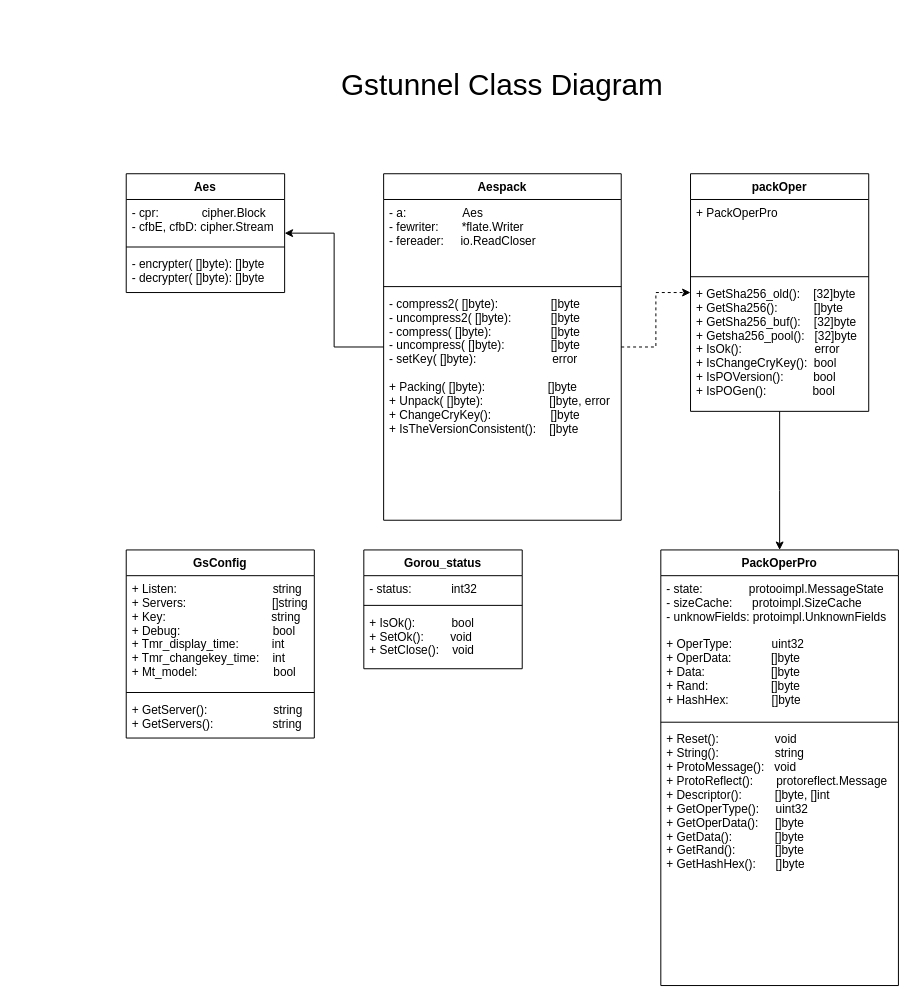
The draw.io diagram page "Page-1" (1 of 4) of img/类图.drawio in ypcd/gstunnel, before the edit. Source tidied: cells renumbered, new cells numbered last; positions are measured from the earlier drawing's top-left corner, leaving out a move shared by most shapes. Both pictures are drawn from the tidied source at 99%, with x=0, y=0 at pixel (126, 74).
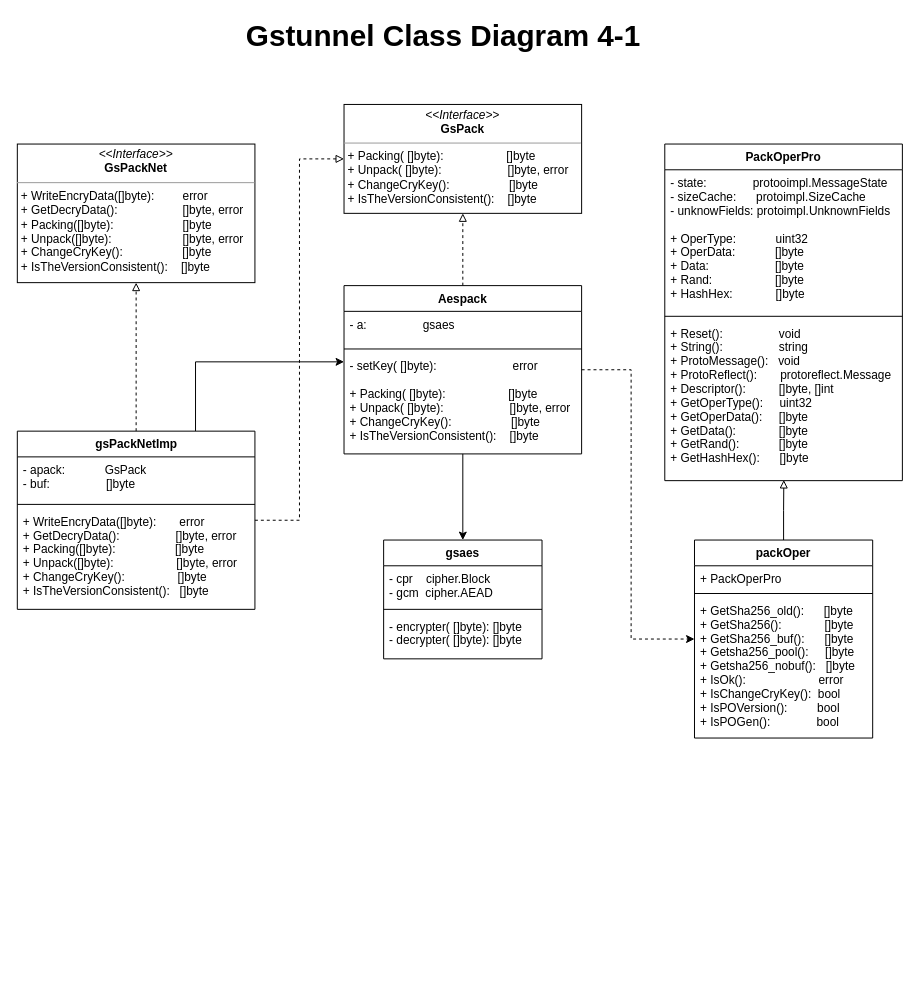
The same diagram, later.

What changed in the source:
```diff
@@
-    <mxCell id="2" style="edgeStyle=orthogonalEdgeStyle;rounded=0;jettySize=auto;html=1;entryX=1;entryY=0.5;entryDx=0;entryDy=0;" parent="1" edge="1" source="4" target="8">
+    <mxCell id="2" style="edgeStyle=orthogonalEdgeStyle;rounded=0;jettySize=auto;html=1;entryX=0.5;entryY=0;entryDx=0;entryDy=0;" parent="1" edge="1" source="4" target="8">
       <mxGeometry relative="1" as="geometry" />
     </mxCell>
     <mxCell id="3" style="edgeStyle=orthogonalEdgeStyle;rounded=0;jettySize=auto;html=1;entryX=0;entryY=0.5;entryDx=0;entryDy=0;dashed=1;" parent="1" edge="1" source="4" target="13">
-      <mxGeometry relative="1" as="geometry" />
+      <mxGeometry relative="1" as="geometry">
+        <Array as="points">
+          <mxPoint x="510" y="298" />
+          <mxPoint x="510" y="570" />
+        </Array>
+      </mxGeometry>
     </mxCell>
+    <mxCell id="30" style="edgeStyle=orthogonalEdgeStyle;rounded=0;jettySize=auto;html=1;entryX=0.5;entryY=1;entryDx=0;entryDy=0;endArrow=block;endFill=0;dashed=1;" parent="1" edge="1" source="4" target="32">
+      <mxGeometry relative="1" as="geometry" />
+    </mxCell>
     <mxCell id="4" value="Aespack" style="swimlane;fontStyle=1;align=center;verticalAlign=top;horizontal=1;startSize=26;" parent="1" vertex="1">
-      <mxGeometry x="260" y="100" width="240" height="350" as="geometry" />
+      <mxGeometry x="220" y="213" width="240" height="170" as="geometry" />
     </mxCell>
-    <mxCell id="5" value="- a:                 Aes&#10;- fewriter:       *flate.Writer&#10;- fereader:     io.ReadCloser" style="text;strokeColor=none;fillColor=none;align=left;verticalAlign=top;spacingLeft=4;spacingRight=4;overflow=hidden;" parent="4" vertex="1">
-      <mxGeometry y="26" width="240" height="84" as="geometry" />
+    <mxCell id="5" value="- a:                 gsaes&#10;" style="text;strokeColor=none;fillColor=none;align=left;verticalAlign=top;spacingLeft=4;spacingRight=4;overflow=hidden;" parent="4" vertex="1">
+      <mxGeometry y="26" width="240" height="34" as="geometry" />
     </mxCell>
     <mxCell id="6" style="line;strokeWidth=1;fillColor=none;align=left;verticalAlign=middle;spacingTop=-1;spacingLeft=3;spacingRight=3;labelPosition=right;" parent="4" vertex="1">
-      <mxGeometry y="110" width="240" height="8" as="geometry" />
+      <mxGeometry y="60" width="240" height="8" as="geometry" />
     </mxCell>
-    <mxCell id="7" value="- compress2( []byte):                []byte&#10;- uncompress2( []byte):            []byte&#10;- compress( []byte):                  []byte&#10;- uncompress( []byte):              []byte&#10;- setKey( []byte):                       error&#10;&#10;+ Packing( []byte):                   []byte&#10;+ Unpack( []byte):                    []byte, error&#10;+ ChangeCryKey():                  []byte&#10;+ IsTheVersionConsistent():    []byte&#10;" style="text;strokeColor=none;fillColor=none;align=left;verticalAlign=top;spacingLeft=4;spacingRight=4;overflow=hidden;points=[[0,0.5],[1,0.5]];portConstraint=eastwest;" parent="4" vertex="1">
-      <mxGeometry y="118" width="240" height="232" as="geometry" />
+    <mxCell id="7" value="- setKey( []byte):                       error&#10;&#10;+ Packing( []byte):                   []byte&#10;+ Unpack( []byte):                    []byte, error&#10;+ ChangeCryKey():                  []byte&#10;+ IsTheVersionConsistent():    []byte&#10;" style="text;strokeColor=none;fillColor=none;align=left;verticalAlign=top;spacingLeft=4;spacingRight=4;overflow=hidden;points=[[0,0.5],[1,0.5]];portConstraint=eastwest;" parent="4" vertex="1">
+      <mxGeometry y="68" width="240" height="102" as="geometry" />
     </mxCell>
-    <mxCell id="8" value="Aes" style="swimlane;fontStyle=1;align=center;verticalAlign=top;horizontal=1;startSize=26;" parent="1" vertex="1">
-      <mxGeometry y="100" width="160" height="120" as="geometry" />
+    <mxCell id="8" value="gsaes" style="swimlane;fontStyle=1;align=center;verticalAlign=top;horizontal=1;startSize=26;" parent="1" vertex="1">
+      <mxGeometry x="260" y="470" width="160" height="120" as="geometry" />
     </mxCell>
-    <mxCell id="9" value="- cpr:             cipher.Block&#10;- cfbE, cfbD: cipher.Stream" style="text;strokeColor=none;fillColor=none;align=left;verticalAlign=top;spacingLeft=4;spacingRight=4;overflow=hidden;" parent="8" vertex="1">
-      <mxGeometry y="26" width="160" height="44" as="geometry" />
+    <mxCell id="9" value="- cpr    cipher.Block&#10;- gcm  cipher.AEAD" style="text;strokeColor=none;fillColor=none;align=left;verticalAlign=top;spacingLeft=4;spacingRight=4;overflow=hidden;" parent="8" vertex="1">
+      <mxGeometry y="26" width="160" height="40" as="geometry" />
     </mxCell>
     <mxCell id="10" style="line;strokeWidth=1;fillColor=none;align=left;verticalAlign=middle;spacingTop=-1;spacingLeft=3;spacingRight=3;labelPosition=right;" parent="8" vertex="1">
-      <mxGeometry y="70" width="160" height="8" as="geometry" />
+      <mxGeometry y="66" width="160" height="8" as="geometry" />
     </mxCell>
     <mxCell id="11" value="- encrypter( []byte): []byte&#10;- decrypter( []byte): []byte" style="text;strokeColor=none;fillColor=none;align=left;verticalAlign=top;spacingLeft=4;spacingRight=4;overflow=hidden;" parent="8" vertex="1">
-      <mxGeometry y="78" width="160" height="42" as="geometry" />
+      <mxGeometry y="74" width="160" height="46" as="geometry" />
     </mxCell>
-    <mxCell id="12" style="edgeStyle=orthogonalEdgeStyle;rounded=0;jettySize=auto;html=1;entryX=0.5;entryY=0;entryDx=0;entryDy=0;" parent="1" edge="1" source="13" target="17">
-      <mxGeometry relative="1" as="geometry">
-        <Array as="points">
-          <mxPoint x="660" y="420" />
-        </Array>
-      </mxGeometry>
-    </mxCell>
+    <mxCell id="31" style="edgeStyle=orthogonalEdgeStyle;rounded=0;jettySize=auto;html=1;entryX=0.501;entryY=0.996;entryDx=0;entryDy=0;entryPerimeter=0;endArrow=block;endFill=0;" parent="1" edge="1" source="13" target="20">
+      <mxGeometry relative="1" as="geometry" />
+    </mxCell>
     <mxCell id="13" value="packOper" style="swimlane;fontStyle=1;align=center;verticalAlign=top;horizontal=1;startSize=26;" parent="1" vertex="1">
-      <mxGeometry x="570" y="100" width="180" height="240" as="geometry" />
+      <mxGeometry x="574" y="470" width="180" height="200" as="geometry" />
     </mxCell>
     <mxCell id="14" value="+ PackOperPro" style="text;strokeColor=none;fillColor=none;align=left;verticalAlign=top;spacingLeft=4;spacingRight=4;overflow=hidden;" parent="13" vertex="1">
-      <mxGeometry y="26" width="180" height="74" as="geometry" />
+      <mxGeometry y="26" width="180" height="24" as="geometry" />
     </mxCell>
     <mxCell id="15" style="line;strokeWidth=1;fillColor=none;align=left;verticalAlign=middle;spacingTop=-1;spacingLeft=3;spacingRight=3;labelPosition=right;" parent="13" vertex="1">
-      <mxGeometry y="100" width="180" height="8" as="geometry" />
+      <mxGeometry y="50" width="180" height="8" as="geometry" />
     </mxCell>
-    <mxCell id="16" value="+ GetSha256_old():    [32]byte&#10;+ GetSha256():           []byte&#10;+ GetSha256_buf():    [32]byte&#10;+ Getsha256_pool():   [32]byte&#10;+ IsOk():                      error&#10;+ IsChangeCryKey():  bool&#10;+ IsPOVersion():         bool&#10;+ IsPOGen():              bool" style="text;strokeColor=none;fillColor=none;align=left;verticalAlign=top;spacingLeft=4;spacingRight=4;overflow=hidden;" parent="13" vertex="1">
-      <mxGeometry y="108" width="180" height="132" as="geometry" />
+    <mxCell id="16" value="+ GetSha256_old():      []byte&#10;+ GetSha256():             []byte&#10;+ GetSha256_buf():      []byte&#10;+ Getsha256_pool():     []byte&#10;+ Getsha256_nobuf():   []byte&#10;+ IsOk():                      error&#10;+ IsChangeCryKey():  bool&#10;+ IsPOVersion():         bool&#10;+ IsPOGen():              bool" style="text;strokeColor=none;fillColor=none;align=left;verticalAlign=top;spacingLeft=4;spacingRight=4;overflow=hidden;" parent="13" vertex="1">
+      <mxGeometry y="58" width="180" height="142" as="geometry" />
     </mxCell>
     <mxCell id="17" value="PackOperPro" style="swimlane;fontStyle=1;align=center;verticalAlign=top;horizontal=1;startSize=26;" parent="1" vertex="1">
-      <mxGeometry x="540" y="480" width="240" height="440" as="geometry" />
+      <mxGeometry x="544" y="70" width="240" height="340" as="geometry" />
     </mxCell>
@@
     <mxCell id="20" value="+ Reset():                 void&#10;+ String():                 string&#10;+ ProtoMessage():   void&#10;+ ProtoReflect():       protoreflect.Message&#10;+ Descriptor():          []byte, []int&#10;+ GetOperType():     uint32&#10;+ GetOperData():     []byte&#10;+ GetData():             []byte&#10;+ GetRand():            []byte&#10;+ GetHashHex():      []byte" style="text;strokeColor=none;fillColor=none;align=left;verticalAlign=top;spacingLeft=4;spacingRight=4;overflow=hidden;points=[[0,0.5],[1,0.5]];portConstraint=eastwest;" parent="17" vertex="1">
-      <mxGeometry y="178" width="240" height="262" as="geometry" />
+      <mxGeometry y="178" width="240" height="162" as="geometry" />
     </mxCell>
-    <mxCell id="21" value="GsConfig" style="swimlane;fontStyle=1;align=center;verticalAlign=top;horizontal=1;startSize=26;" parent="1" vertex="1">
-      <mxGeometry y="480" width="190" height="190" as="geometry" />
-    </mxCell>
-    <mxCell id="22" value="+ Listen:                             string&#10;+ Servers:                          []string&#10;+ Key:                                string&#10;+ Debug:                            bool&#10;+ Tmr_display_time:          int&#10;+ Tmr_changekey_time:    int&#10;+ Mt_model:                       bool" style="text;strokeColor=none;fillColor=none;align=left;verticalAlign=top;spacingLeft=4;spacingRight=4;overflow=hidden;" parent="21" vertex="1">
-      <mxGeometry y="26" width="190" height="114" as="geometry" />
-    </mxCell>
-    <mxCell id="23" style="line;strokeWidth=1;fillColor=none;align=left;verticalAlign=middle;spacingTop=-1;spacingLeft=3;spacingRight=3;labelPosition=right;" parent="21" vertex="1">
-      <mxGeometry y="140" width="190" height="8" as="geometry" />
-    </mxCell>
-    <mxCell id="24" value="+ GetServer():                    string&#10;+ GetServers():                  string" style="text;strokeColor=none;fillColor=none;align=left;verticalAlign=top;spacingLeft=4;spacingRight=4;overflow=hidden;" parent="21" vertex="1">
-      <mxGeometry y="148" width="190" height="42" as="geometry" />
-    </mxCell>
-    <mxCell id="25" value="Gorou_status" style="swimlane;fontStyle=1;align=center;verticalAlign=top;horizontal=1;startSize=26;" parent="1" vertex="1">
-      <mxGeometry x="240" y="480" width="160" height="120" as="geometry" />
-    </mxCell>
-    <mxCell id="26" value="- status:            int32" style="text;strokeColor=none;fillColor=none;align=left;verticalAlign=top;spacingLeft=4;spacingRight=4;overflow=hidden;" parent="25" vertex="1">
-      <mxGeometry y="26" width="160" height="26" as="geometry" />
-    </mxCell>
-    <mxCell id="27" style="line;strokeWidth=1;fillColor=none;align=left;verticalAlign=middle;spacingTop=-1;spacingLeft=3;spacingRight=3;labelPosition=right;" parent="25" vertex="1">
-      <mxGeometry y="52" width="160" height="8" as="geometry" />
-    </mxCell>
-    <mxCell id="28" value="+ IsOk():           bool&#10;+ SetOk():        void&#10;+ SetClose():    void&#10;" style="text;strokeColor=none;fillColor=none;align=left;verticalAlign=top;spacingLeft=4;spacingRight=4;overflow=hidden;" parent="25" vertex="1">
-      <mxGeometry y="60" width="160" height="60" as="geometry" />
-    </mxCell>
-    <mxCell id="29" value="Gstunnel&amp;nbsp;Class Diagram" style="text;html=1;strokeColor=none;fillColor=none;align=center;verticalAlign=middle;whiteSpace=wrap;rounded=0;fontSize=30;" parent="1" vertex="1">
-      <mxGeometry x="200" width="360" height="20" as="geometry" />
+    <mxCell id="29" value="&lt;b&gt;Gstunnel&amp;nbsp;Class Diagram 4-1&lt;/b&gt;" style="text;html=1;strokeColor=none;fillColor=none;align=center;verticalAlign=middle;rounded=0;fontSize=30;" parent="1" vertex="1">
+      <mxGeometry x="140" y="-50" width="360" height="20" as="geometry" />
     </mxCell>
+    <mxCell id="32" value="&lt;p style=&quot;margin:0px;margin-top:4px;text-align:center;&quot;&gt;&lt;i&gt;&amp;lt;&amp;lt;Interface&amp;gt;&amp;gt;&lt;/i&gt;&lt;br&gt;&lt;b&gt;GsPack&lt;/b&gt;&lt;/p&gt;&lt;hr size=&quot;1&quot;&gt;&lt;p style=&quot;margin:0px;margin-left:4px;&quot;&gt;+ Packing( []byte):&amp;nbsp; &amp;nbsp; &amp;nbsp; &amp;nbsp; &amp;nbsp; &amp;nbsp; &amp;nbsp; &amp;nbsp; &amp;nbsp; &amp;nbsp;[]byte&lt;br style=&quot;border-color: var(--border-color); padding: 0px; margin: 0px;&quot;&gt;+ Unpack( []byte):&amp;nbsp;&amp;nbsp;&amp;nbsp;&amp;nbsp;&amp;nbsp;&amp;nbsp;&amp;nbsp;&amp;nbsp;&amp;nbsp;&amp;nbsp;&amp;nbsp;&amp;nbsp; &amp;nbsp;&amp;nbsp;&amp;nbsp;&amp;nbsp;&amp;nbsp;&amp;nbsp;&amp;nbsp;[]byte, error&lt;br style=&quot;border-color: var(--border-color); padding: 0px; margin: 0px;&quot;&gt;+ ChangeCryKey():&amp;nbsp; &amp;nbsp; &amp;nbsp; &amp;nbsp; &amp;nbsp; &amp;nbsp; &amp;nbsp; &amp;nbsp; &amp;nbsp; []byte&lt;br style=&quot;border-color: var(--border-color); padding: 0px; margin: 0px;&quot;&gt;+ IsTheVersionConsistent():&amp;nbsp;&amp;nbsp;&amp;nbsp;&amp;nbsp;[]byte&lt;/p&gt;&lt;div style=&quot;border-color: var(--border-color); padding: 0px; margin: 0px;&quot;&gt;&lt;br&gt;&lt;/div&gt;" style="verticalAlign=top;align=left;overflow=fill;fontSize=12;fontFamily=Helvetica;html=1;" parent="1" vertex="1">
+      <mxGeometry x="220" y="30" width="240" height="110" as="geometry" />
+    </mxCell>
+    <mxCell id="33" value="&lt;p style=&quot;margin:0px;margin-top:4px;text-align:center;&quot;&gt;&lt;i&gt;&amp;lt;&amp;lt;Interface&amp;gt;&amp;gt;&lt;/i&gt;&lt;br&gt;&lt;b&gt;GsPackNet&lt;/b&gt;&lt;/p&gt;&lt;hr size=&quot;1&quot;&gt;&lt;p style=&quot;margin:0px;margin-left:4px;&quot;&gt;+ WriteEncryData([]byte):&lt;span style=&quot;white-space: pre;&quot;&gt;&#9;&lt;/span&gt; error&lt;/p&gt;&lt;p style=&quot;margin:0px;margin-left:4px;&quot;&gt;+ GetDecryData():&lt;span style=&quot;white-space: pre;&quot;&gt;&#9;&lt;/span&gt;&lt;span style=&quot;white-space: pre;&quot;&gt;&#9;&lt;/span&gt;&amp;nbsp;&lt;span style=&quot;white-space: pre;&quot;&gt;&#9;&lt;/span&gt;&amp;nbsp;[]byte, error&lt;/p&gt;&lt;p style=&quot;margin:0px;margin-left:4px;&quot;&gt;&lt;span style=&quot;&quot;&gt;&lt;/span&gt;+ Packing([]byte):&lt;span style=&quot;white-space: pre;&quot;&gt;&#9;&lt;/span&gt;&lt;span style=&quot;white-space: pre;&quot;&gt;&#9;&lt;/span&gt;&lt;span style=&quot;white-space: pre;&quot;&gt;&#9;&lt;/span&gt;&amp;nbsp;[]byte&lt;/p&gt;&lt;p style=&quot;margin:0px;margin-left:4px;&quot;&gt;&lt;span style=&quot;&quot;&gt;&lt;/span&gt;+ Unpack([]byte): &lt;span style=&quot;white-space: pre;&quot;&gt;&#9;&lt;/span&gt;&lt;span style=&quot;white-space: pre;&quot;&gt;&#9;&lt;/span&gt;&lt;span style=&quot;white-space: pre;&quot;&gt;&#9;&lt;/span&gt;&amp;nbsp;[]byte, error&lt;/p&gt;&lt;p style=&quot;margin:0px;margin-left:4px;&quot;&gt;&lt;span style=&quot;&quot;&gt;&lt;/span&gt;+ ChangeCryKey():&amp;nbsp; &amp;nbsp; &amp;nbsp; &amp;nbsp; &amp;nbsp; &amp;nbsp; &amp;nbsp; &amp;nbsp; &amp;nbsp; []byte&lt;/p&gt;&lt;p style=&quot;margin:0px;margin-left:4px;&quot;&gt;&lt;span style=&quot;&quot;&gt;&lt;/span&gt;+ IsTheVersionConsistent():&amp;nbsp; &amp;nbsp; []byte&lt;/p&gt;" style="verticalAlign=top;align=left;overflow=fill;fontSize=12;fontFamily=Helvetica;html=1;labelBackgroundColor=none;fontColor=default;" parent="1" vertex="1">
+      <mxGeometry x="-110" y="70" width="240" height="140" as="geometry" />
+    </mxCell>
+    <mxCell id="34" style="edgeStyle=orthogonalEdgeStyle;rounded=0;jettySize=auto;html=1;entryX=0.5;entryY=1;entryDx=0;entryDy=0;dashed=1;fontSize=12;fontColor=default;endArrow=block;endFill=0;" parent="1" edge="1" source="37" target="33">
+      <mxGeometry relative="1" as="geometry" />
+    </mxCell>
+    <mxCell id="35" style="edgeStyle=orthogonalEdgeStyle;rounded=0;jettySize=auto;html=1;exitX=0.75;exitY=0;exitDx=0;exitDy=0;fontSize=12;fontColor=default;endArrow=classic;endFill=1;" parent="1" edge="1" source="37" target="7">
+      <mxGeometry relative="1" as="geometry">
+        <Array as="points">
+          <mxPoint x="70" y="290" />
+        </Array>
+      </mxGeometry>
+    </mxCell>
+    <mxCell id="36" style="edgeStyle=orthogonalEdgeStyle;rounded=0;jettySize=auto;html=1;entryX=0;entryY=0.5;entryDx=0;entryDy=0;fontSize=12;fontColor=default;endArrow=block;endFill=0;dashed=1;" parent="1" edge="1" source="37" target="32">
+      <mxGeometry relative="1" as="geometry" />
+    </mxCell>
+    <mxCell id="37" value="gsPackNetImp" style="swimlane;fontStyle=1;align=center;verticalAlign=top;horizontal=1;startSize=26;labelBackgroundColor=none;fontSize=12;fontColor=default;html=1;" parent="1" vertex="1">
+      <mxGeometry x="-110" y="360" width="240" height="180" as="geometry" />
+    </mxCell>
+    <mxCell id="38" value="- apack:            GsPack&#10;- buf:                 []byte&#10;" style="text;strokeColor=none;fillColor=none;align=left;verticalAlign=top;spacingLeft=4;spacingRight=4;overflow=hidden;fontSize=12;fontColor=default;" parent="37" vertex="1">
+      <mxGeometry y="26" width="240" height="44" as="geometry" />
+    </mxCell>
+    <mxCell id="39" style="line;strokeWidth=1;fillColor=none;align=left;verticalAlign=middle;spacingTop=-1;spacingLeft=3;spacingRight=3;labelPosition=right;strokeColor=inherit;labelBackgroundColor=none;fontSize=12;fontColor=default;html=1;" parent="37" vertex="1">
+      <mxGeometry y="70" width="240" height="8" as="geometry" />
+    </mxCell>
+    <mxCell id="40" value="+ WriteEncryData([]byte):&#9;      error&#10;+ GetDecryData():&#9;&#9; &#9;               []byte, error&#10;+ Packing([]byte):&#9;&#9;&#9;                  []byte&#10;+ Unpack([]byte): &#9;&#9;&#9;                  []byte, error&#10;+ ChangeCryKey():                 []byte&#10;+ IsTheVersionConsistent():   []byte" style="text;strokeColor=none;fillColor=none;align=left;verticalAlign=top;spacingLeft=4;spacingRight=4;overflow=hidden;fontSize=12;fontColor=default;" parent="37" vertex="1">
+      <mxGeometry y="78" width="240" height="102" as="geometry" />
+    </mxCell>
```
